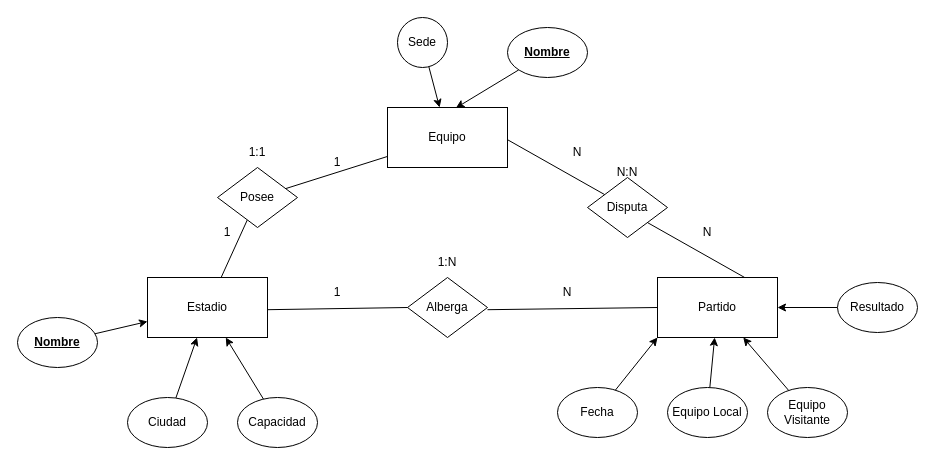
Earlier version of the draw.io diagram futbol.drawio (pedronieto84/lowcode-nocode). Source tidied: cells renumbered, new cells numbered last; positions are measured from the earlier drawing's top-left corner, leaving out a move shared by most shapes. Both pictures are drawn from the tidied source at 100%, with x=0, y=0 at pixel (17, 17).
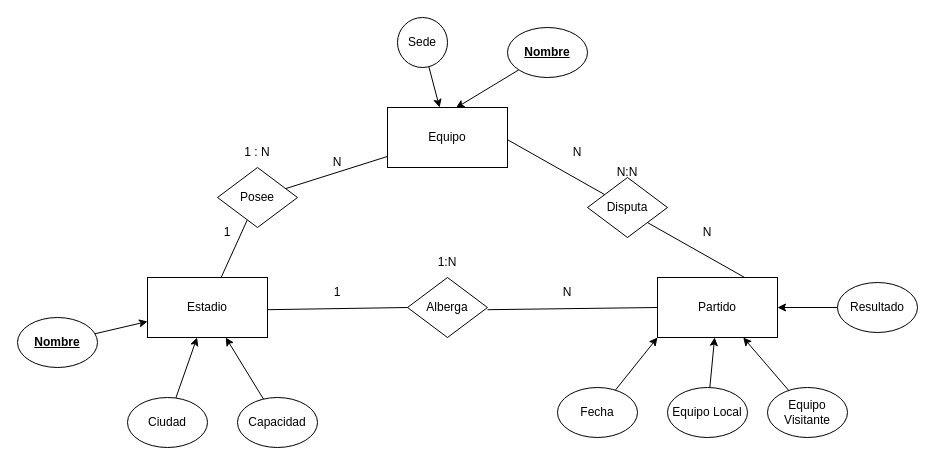
After the change.

Commit message:
Ejercicio 3. Estadio multi sede.

What changed in the source:
```diff
@@
-    <mxCell id="38" value="1:1" style="text;html=1;strokeColor=none;fillColor=none;align=center;verticalAlign=middle;whiteSpace=wrap;rounded=0;" parent="1" vertex="1">
+    <mxCell id="38" value="1 : N" style="text;html=1;strokeColor=none;fillColor=none;align=center;verticalAlign=middle;whiteSpace=wrap;rounded=0;" parent="1" vertex="1">
       <mxGeometry x="210" y="120" width="60" height="30" as="geometry" />
     </mxCell>
-    <mxCell id="39" value="1" style="text;html=1;strokeColor=none;fillColor=none;align=center;verticalAlign=middle;whiteSpace=wrap;rounded=0;" parent="1" vertex="1">
+    <mxCell id="39" value="N" style="text;html=1;strokeColor=none;fillColor=none;align=center;verticalAlign=middle;whiteSpace=wrap;rounded=0;" parent="1" vertex="1">
       <mxGeometry x="290" y="130" width="60" height="30" as="geometry" />
     </mxCell>
```
